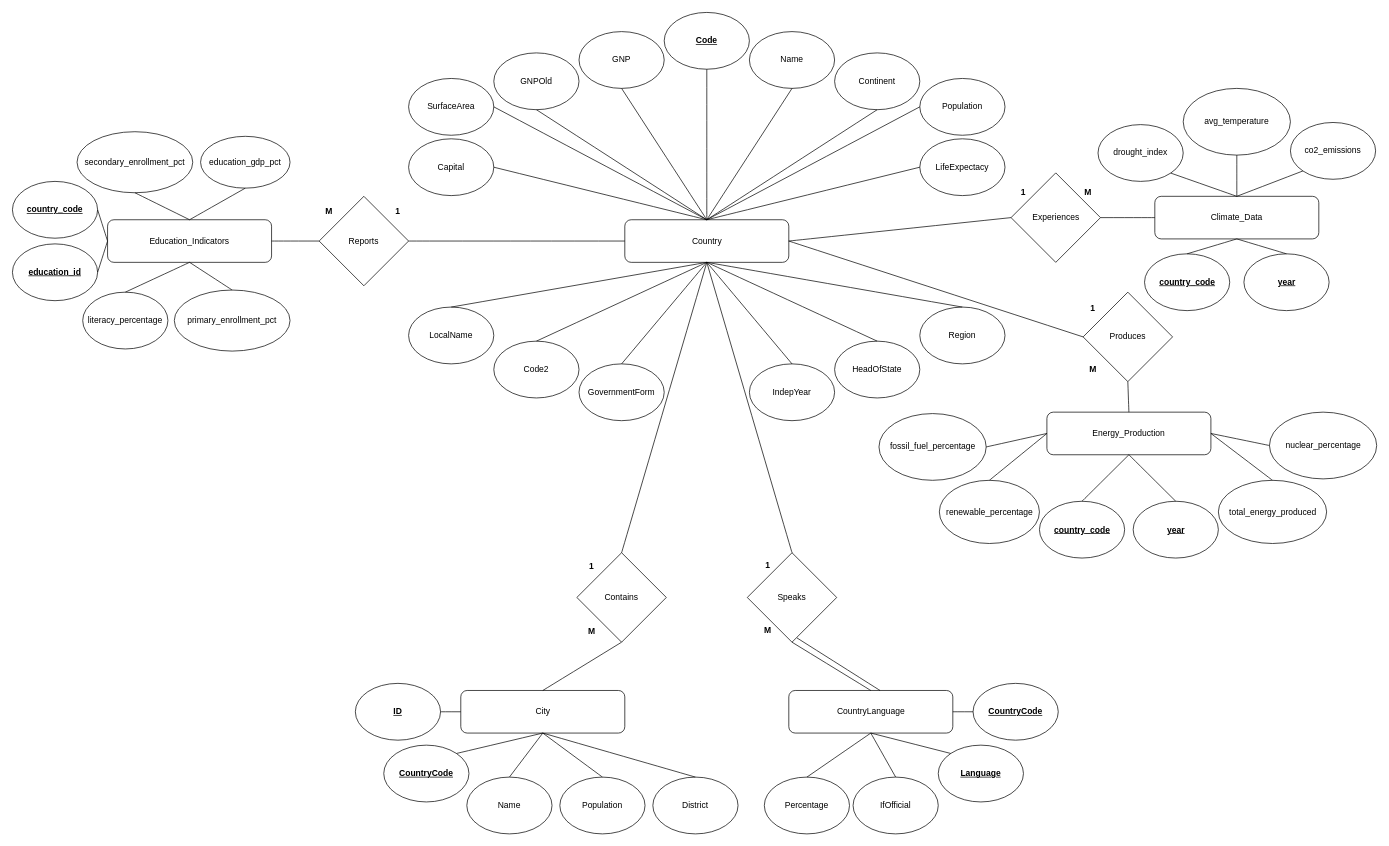
EmilianoManaloIV/CPSC-332-Group-7-Repo keeps this draw.io diagram as ER-Diagrams-Group 7.drawio. Above is the earlier version. Source tidied: cells renumbered, new cells numbered last; positions are measured from the earlier drawing's top-left corner, leaving out a move shared by most shapes. Both pictures are drawn from the tidied source at 71%, with x=0, y=0 at pixel (12, 12).
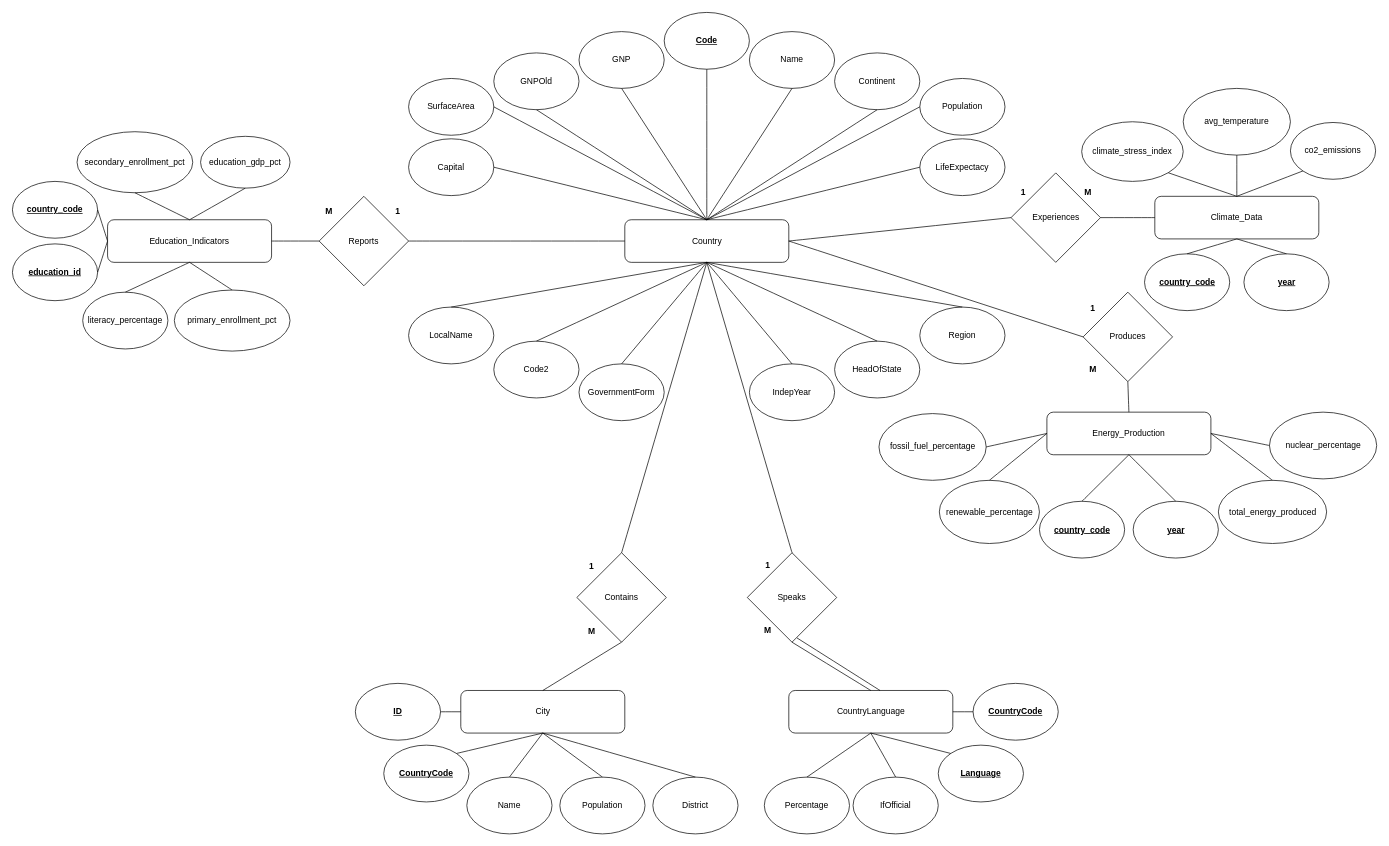
The same page after the edit.

Commit message (it also covers changes not shown here):
Added schema and modified ER diagram

Diff of the diagram source:
```diff
@@
-    <mxCell id="91" value="drought_index" style="ellipse;whiteSpace=wrap;html=1;" parent="1" vertex="1">
-      <mxGeometry x="1529" y="158" width="120" height="80" as="geometry" />
+    <mxCell id="91" value="climate_stress_index" style="ellipse;whiteSpace=wrap;html=1;" parent="1" vertex="1">
+      <mxGeometry x="1506" y="154" width="143" height="84" as="geometry" />
     </mxCell>
```
